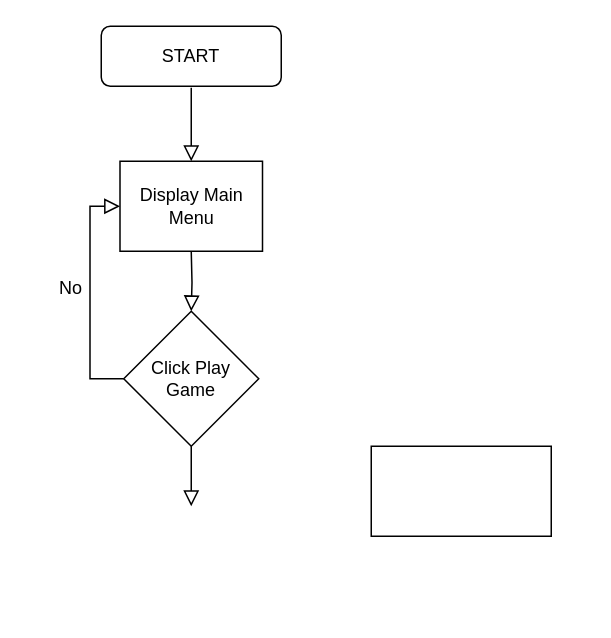
This is Tetris/Properties/TetrisFlowchart.drawio from Hashir-Majeed/Tetris, a draw.io file, before an edit. Source tidied: cells renumbered, new cells numbered last; positions are measured from the earlier drawing's top-left corner, leaving out a move shared by most shapes. Both pictures are drawn from the tidied source at 150%, with x=0, y=0 at pixel (26, 26).
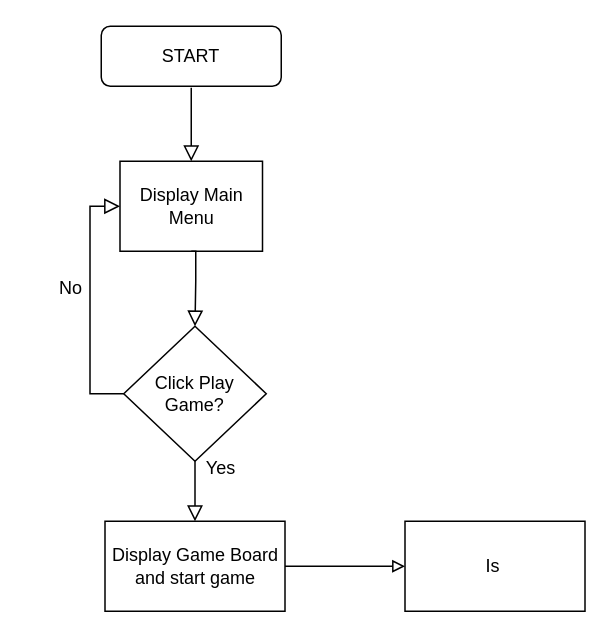
Above is the later version.

Diff of the diagram source:
```diff
@@
 <mxGraphModel>
   <root>
     <mxCell id="0" />
     <mxCell id="1" parent="0" />
     <mxCell id="2" style="rounded=0;html=1;jettySize=auto;fontSize=11;endArrow=block;endFill=0;endSize=8;strokeWidth=1;shadow=0;labelBackgroundColor=none;edgeStyle=orthogonalEdgeStyle;" parent="1" edge="1" source="3">
       <mxGeometry relative="1" as="geometry">
         <mxPoint x="110" y="90" as="targetPoint" />
       </mxGeometry>
     </mxCell>
     <mxCell id="3" value="START" style="rounded=1;whiteSpace=wrap;html=1;fontSize=12;glass=0;strokeWidth=1;shadow=0;perimeterSpacing=1;labelBackgroundColor=none;" parent="1" vertex="1">
       <mxGeometry x="50" width="120" height="40" as="geometry" />
     </mxCell>
     <mxCell id="4" value="Display Main Menu" style="rounded=0;whiteSpace=wrap;html=1;fontSize=12;glass=0;strokeWidth=1;shadow=0;" parent="1" vertex="1">
       <mxGeometry x="62.5" y="90" width="95" height="60" as="geometry" />
     </mxCell>
-    <mxCell id="5" value="Click Play Game" style="rhombus;whiteSpace=wrap;html=1;rounded=0;labelBackgroundColor=none;" parent="1" vertex="1">
-      <mxGeometry x="65" y="190" width="90" height="90" as="geometry" />
+    <mxCell id="5" value="&lt;font style=&quot;font-size: 12px&quot;&gt;Click Play Game?&lt;/font&gt;" style="rhombus;whiteSpace=wrap;html=1;rounded=0;labelBackgroundColor=none;" parent="1" vertex="1">
+      <mxGeometry x="65" y="200" width="95" height="90" as="geometry" />
     </mxCell>
     <mxCell id="6" style="rounded=0;html=1;jettySize=auto;fontSize=11;endArrow=block;endFill=0;endSize=8;strokeWidth=1;shadow=0;labelBackgroundColor=none;edgeStyle=orthogonalEdgeStyle;entryX=0.5;entryY=0;entryDx=0;entryDy=0;" parent="1" edge="1" target="5">
       <mxGeometry relative="1" as="geometry">
         <mxPoint x="110" y="150" as="sourcePoint" />
+        <Array as="points">
+          <mxPoint x="113" y="150" />
+          <mxPoint x="113" y="170" />
+          <mxPoint x="113" y="170" />
+        </Array>
       </mxGeometry>
     </mxCell>
     <mxCell id="7" style="rounded=0;html=1;jettySize=auto;fontSize=11;endArrow=block;endFill=0;endSize=8;strokeWidth=1;shadow=0;labelBackgroundColor=none;edgeStyle=orthogonalEdgeStyle;entryX=0;entryY=0.5;entryDx=0;entryDy=0;exitX=0;exitY=0.5;exitDx=0;exitDy=0;" parent="1" edge="1" source="5" target="4">
       <mxGeometry relative="1" as="geometry" />
     </mxCell>
     <mxCell id="8" value="No" style="text;html=1;strokeColor=none;fillColor=none;align=center;verticalAlign=middle;whiteSpace=wrap;rounded=0;labelBackgroundColor=none;" parent="1" vertex="1">
       <mxGeometry y="160" width="60" height="30" as="geometry" />
     </mxCell>
-    <mxCell id="9" style="rounded=0;html=1;jettySize=auto;fontSize=11;endArrow=block;endFill=0;endSize=8;strokeWidth=1;shadow=0;labelBackgroundColor=none;edgeStyle=orthogonalEdgeStyle;exitX=0.5;exitY=1;exitDx=0;exitDy=0;" parent="1" edge="1" source="5">
-      <mxGeometry relative="1" as="geometry">
-        <mxPoint x="110" y="320" as="targetPoint" />
-      </mxGeometry>
+    <mxCell id="9" style="rounded=0;html=1;jettySize=auto;fontSize=11;endArrow=block;endFill=0;endSize=8;strokeWidth=1;shadow=0;labelBackgroundColor=none;edgeStyle=orthogonalEdgeStyle;exitX=0.5;exitY=1;exitDx=0;exitDy=0;entryX=0.5;entryY=0;entryDx=0;entryDy=0;" parent="1" edge="1" source="5" target="10">
+      <mxGeometry relative="1" as="geometry" />
     </mxCell>
+    <mxCell id="11" style="edgeStyle=orthogonalEdgeStyle;rounded=0;jettySize=auto;html=1;fontSize=12;endArrow=block;endFill=0;" parent="1" edge="1" source="10" target="13">
+      <mxGeometry relative="1" as="geometry" />
+    </mxCell>
-    <mxCell id="10" style="rounded=0;whiteSpace=wrap;html=1;labelBackgroundColor=none;" parent="1" vertex="1">
-      <mxGeometry x="230" y="280" width="120" height="60" as="geometry" />
+    <mxCell id="10" value="Display Game Board and start game" style="rounded=0;whiteSpace=wrap;html=1;labelBackgroundColor=none;" parent="1" vertex="1">
+      <mxGeometry x="52.5" y="330" width="120" height="60" as="geometry" />
     </mxCell>
+    <mxCell id="12" value="Yes" style="text;html=1;strokeColor=none;fillColor=none;align=center;verticalAlign=middle;whiteSpace=wrap;rounded=0;labelBackgroundColor=none;" parent="1" vertex="1">
+      <mxGeometry x="100" y="280" width="60" height="30" as="geometry" />
+    </mxCell>
+    <mxCell id="13" value="Is&amp;nbsp;" style="rounded=0;whiteSpace=wrap;html=1;labelBackgroundColor=none;" parent="1" vertex="1">
+      <mxGeometry x="252.5" y="330" width="120" height="60" as="geometry" />
+    </mxCell>
   </root>
 </mxGraphModel>
```
